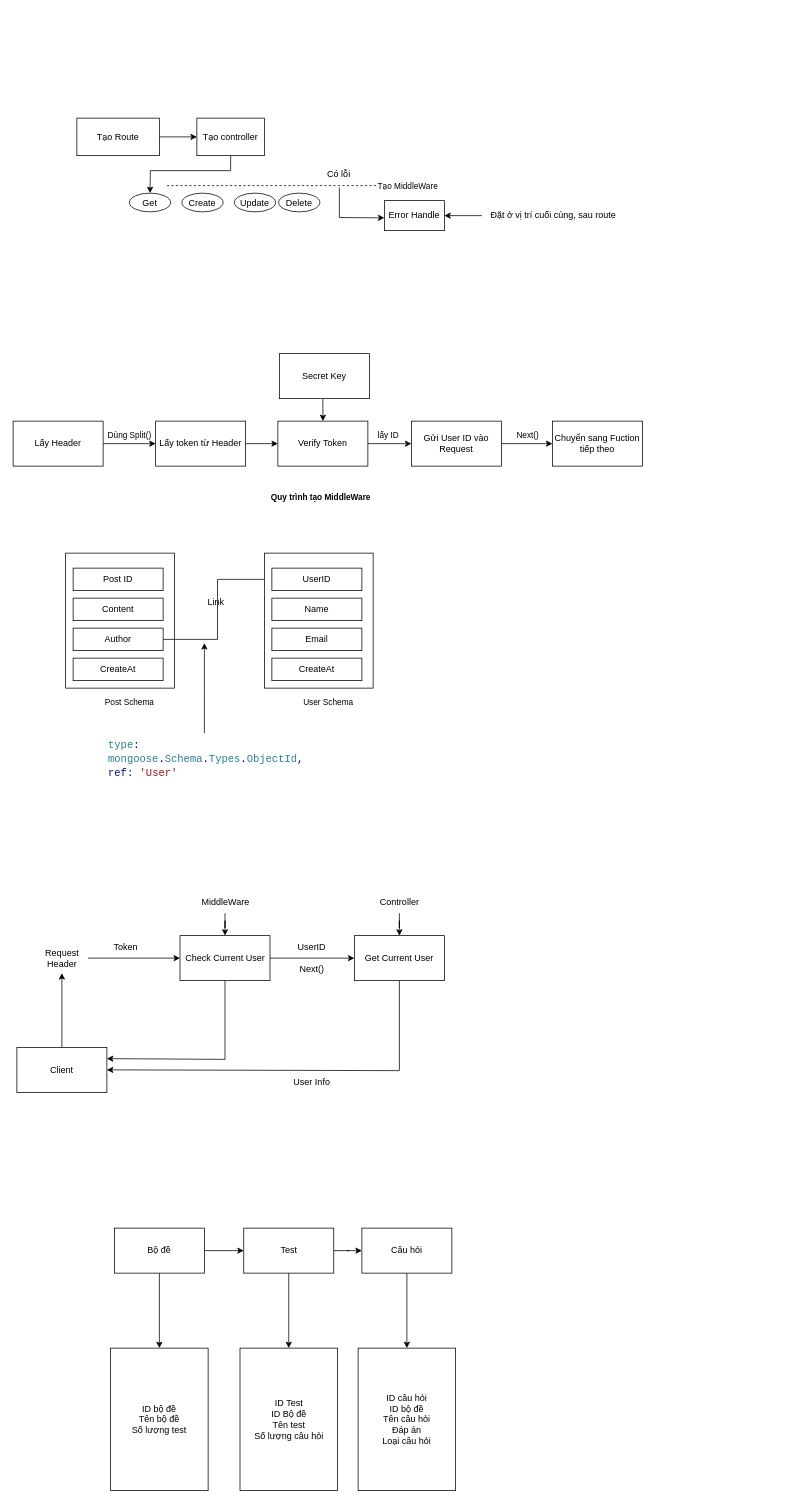
Above: Untitled Diagram.drawio in sqhqk58/IELTS (draw.io), before the change. Source tidied: cells renumbered, new cells numbered last; positions are measured from the earlier drawing's top-left corner, leaving out a move shared by most shapes. Both pictures are drawn from the tidied source at 75%, with x=0, y=0 at pixel (13, 118).
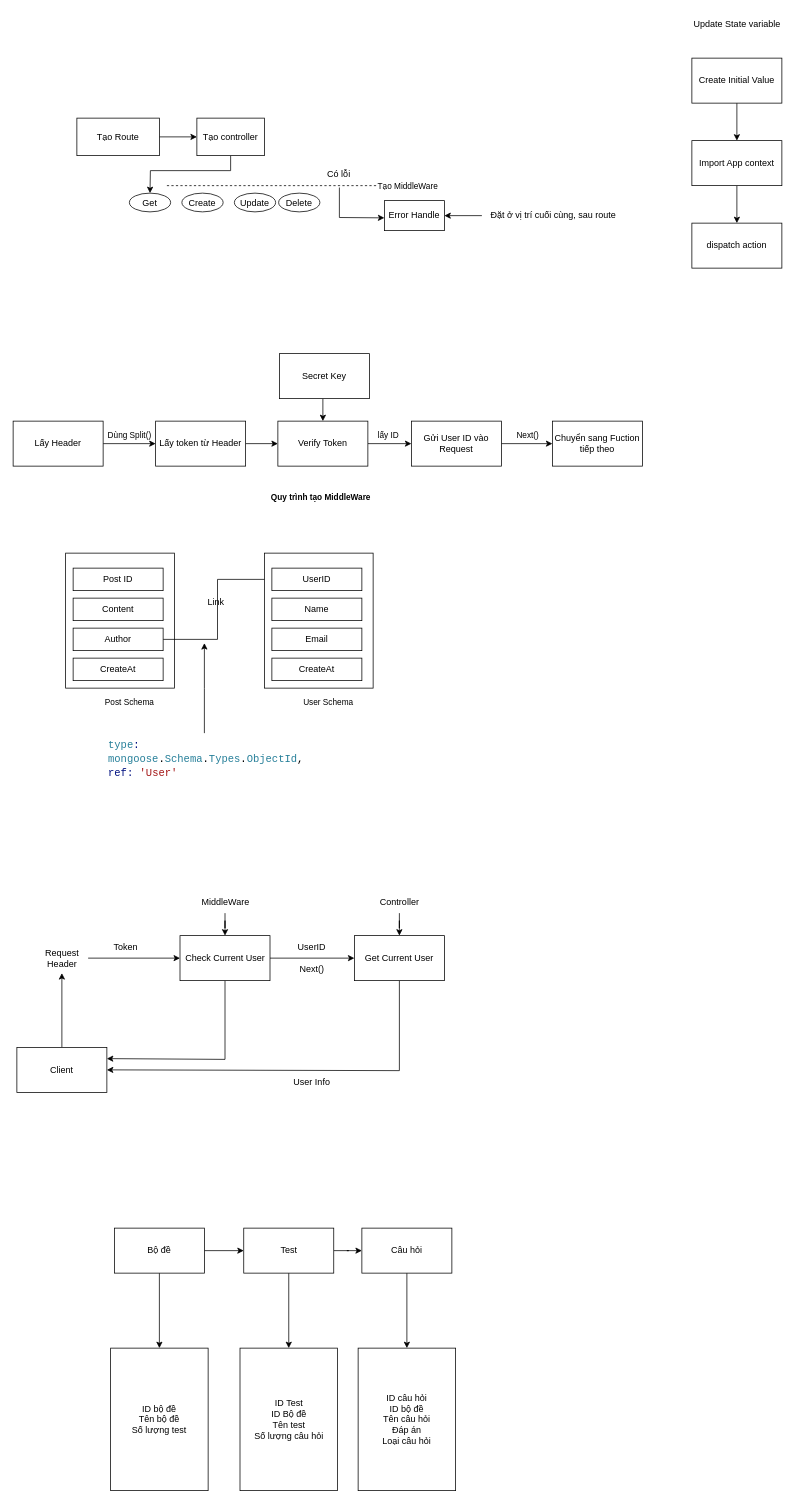
After the change.

Diff of the diagram source:
```diff
@@
+    <mxCell id="76" style="edgeStyle=orthogonalEdgeStyle;rounded=0;jettySize=auto;html=1;entryX=0.5;entryY=0;entryDx=0;entryDy=0;" parent="1" edge="1" source="77" target="79">
+      <mxGeometry relative="1" as="geometry" />
+    </mxCell>
+    <mxCell id="77" value="Create Initial Value" style="whiteSpace=wrap;html=1;" parent="1" vertex="1">
+      <mxGeometry x="905" y="-80" width="120" height="60" as="geometry" />
+    </mxCell>
+    <mxCell id="78" style="edgeStyle=orthogonalEdgeStyle;rounded=0;jettySize=auto;html=1;entryX=0.5;entryY=0;entryDx=0;entryDy=0;" parent="1" edge="1" source="79" target="80">
+      <mxGeometry relative="1" as="geometry" />
+    </mxCell>
+    <mxCell id="79" value="Import App context" style="whiteSpace=wrap;html=1;" parent="1" vertex="1">
+      <mxGeometry x="905" y="30" width="120" height="60" as="geometry" />
+    </mxCell>
+    <mxCell id="80" value="dispatch action" style="whiteSpace=wrap;html=1;" parent="1" vertex="1">
+      <mxGeometry x="905" y="140" width="120" height="60" as="geometry" />
+    </mxCell>
+    <mxCell id="81" value="Update State variable" style="text;html=1;align=center;verticalAlign=middle;strokeColor=none;fillColor=none;" parent="1" vertex="1">
+      <mxGeometry x="895" y="-140" width="140" height="30" as="geometry" />
+    </mxCell>
```
